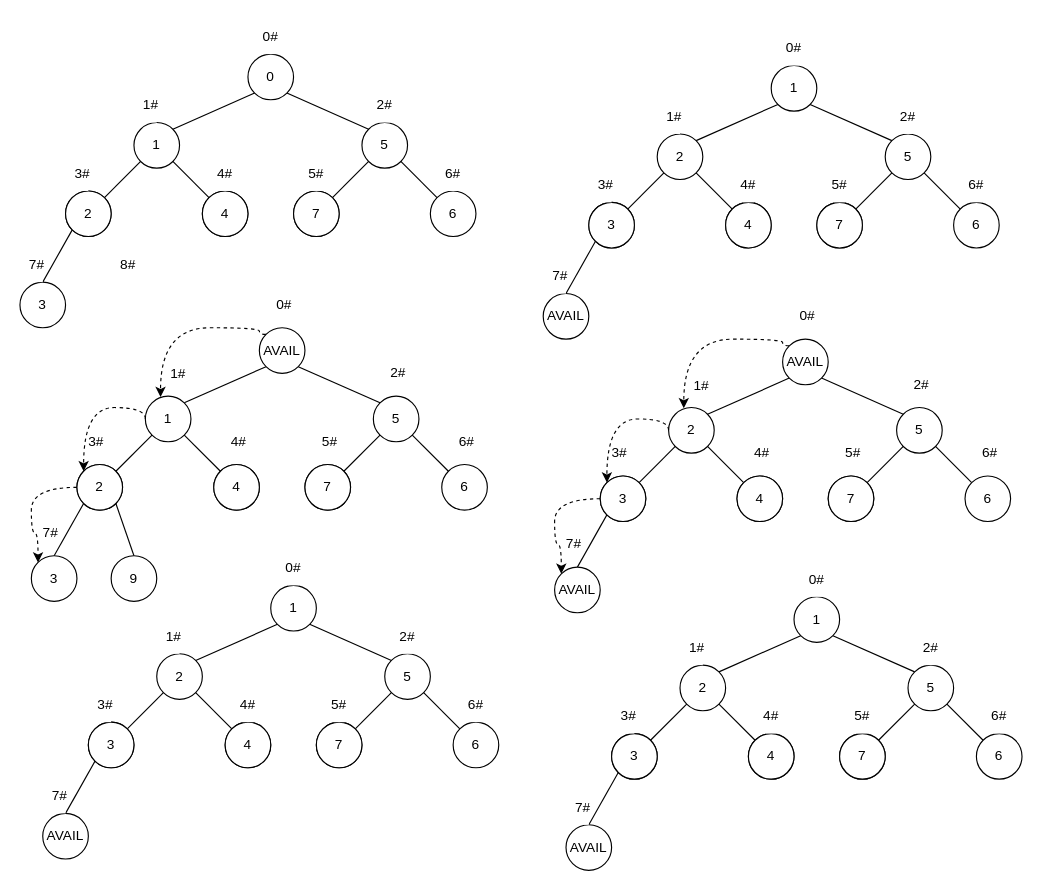
Before: AVAILHeap.drawio in BWaaaa/TicTacToe_Bwaaa, a draw.io diagram. Source tidied: cells renumbered, new cells numbered last; positions are measured from the earlier drawing's top-left corner, leaving out a move shared by most shapes. Both pictures are drawn from the tidied source at 114%, with x=0, y=0 at pixel (19, 19).
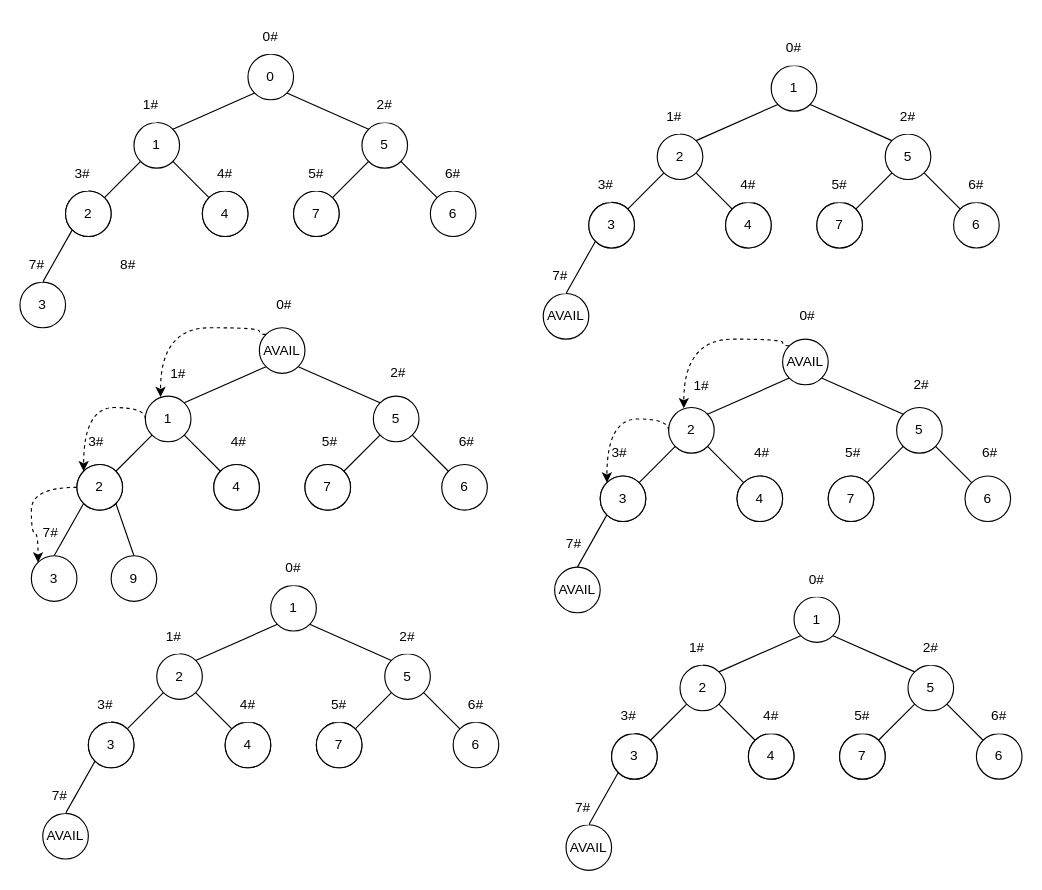
The same page after the edit.

Unchanged cells that the change refers to:
```xml
<mxCell id="119" value="AVAIL" style="ellipse;whiteSpace=wrap;html=1;" parent="1" vertex="1">
  <mxGeometry x="469" y="480" width="40" height="40" as="geometry" />
</mxCell>
```

The edit, as a diff of the source:
```diff
@@
-    <mxCell id="121" style="edgeStyle=orthogonalEdgeStyle;rounded=0;jettySize=auto;html=1;exitX=0;exitY=0.5;exitDx=0;exitDy=0;entryX=0;entryY=0;entryDx=0;entryDy=0;endArrow=classic;endFill=1;curved=1;dashed=1;" parent="1" edge="1" target="119">
-      <mxGeometry relative="1" as="geometry">
-        <mxPoint x="509" y="420" as="sourcePoint" />
-        <Array as="points">
-          <mxPoint x="469" y="420" />
-          <mxPoint x="469" y="460" />
-          <mxPoint x="475" y="460" />
-        </Array>
-      </mxGeometry>
-    </mxCell>
```
